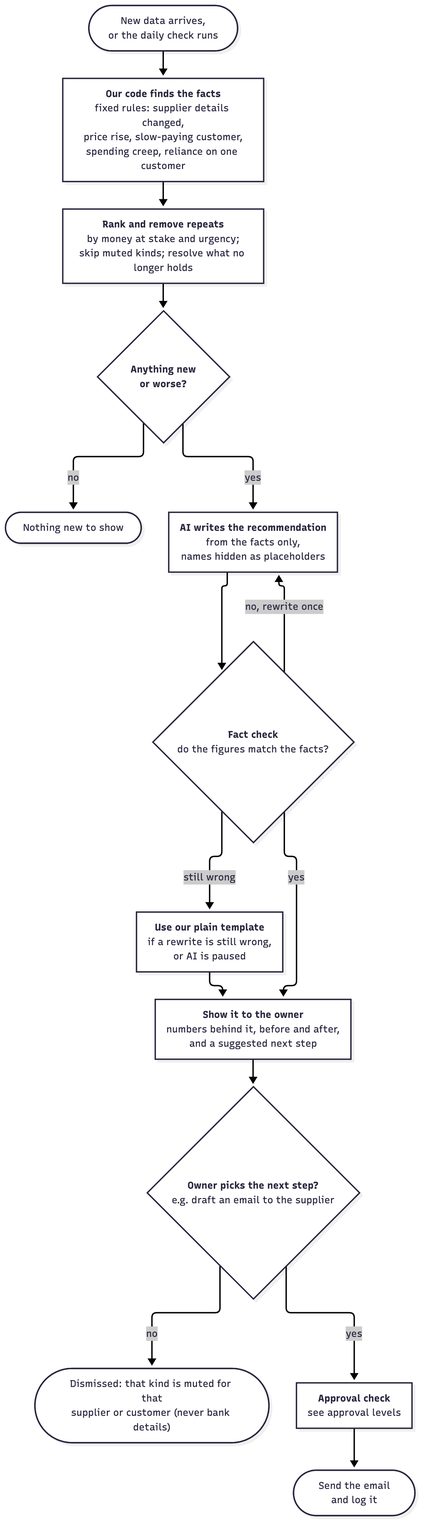
Above: docs/diagrams/insights-graph.png in Rayaan-office/Fintech-2026 (Mermaid), before the change. Its source is kept beside it as docs/diagrams/insights-graph.mmd.
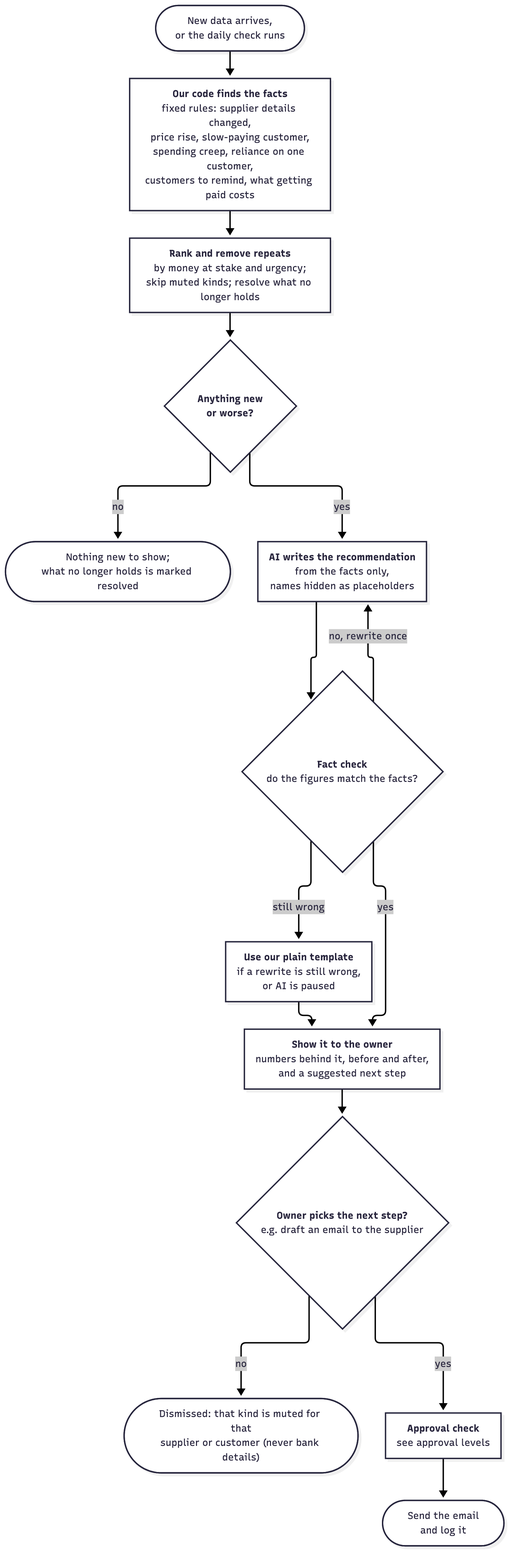
After the commit.

The edit, as a diff of the source:
```diff
@@ -1,10 +1,10 @@
 %%{init: {"flowchart": {"wrappingWidth": 260}}}%%
 flowchart TD
   T(["New data arrives,<br/>or the daily check runs"])
-  F["<b>Our code finds the facts</b><br/>fixed rules: supplier details changed,<br/>price rise, slow-paying customer,<br/>spending creep, reliance on one customer"]
+  F["<b>Our code finds the facts</b><br/>fixed rules: supplier details changed,<br/>price rise, slow-paying customer,<br/>spending creep, reliance on one customer,<br/>customers to remind, what getting paid costs"]
   R["<b>Rank and remove repeats</b><br/>by money at stake and urgency;<br/>skip muted kinds; resolve what no longer holds"]
   ANY{"<b>Anything new<br/>or worse?</b>"}
-  END(["Nothing new to show"])
+  END(["Nothing new to show;<br/>what no longer holds is marked resolved"])
   W["<b>AI writes the recommendation</b><br/>from the facts only,<br/>names hidden as placeholders"]
   V{"<b>Fact check</b><br/>do the figures match the facts?"}
   TPL["<b>Use our plain template</b><br/>if a rewrite is still wrong,<br/>or AI is paused"]
```
